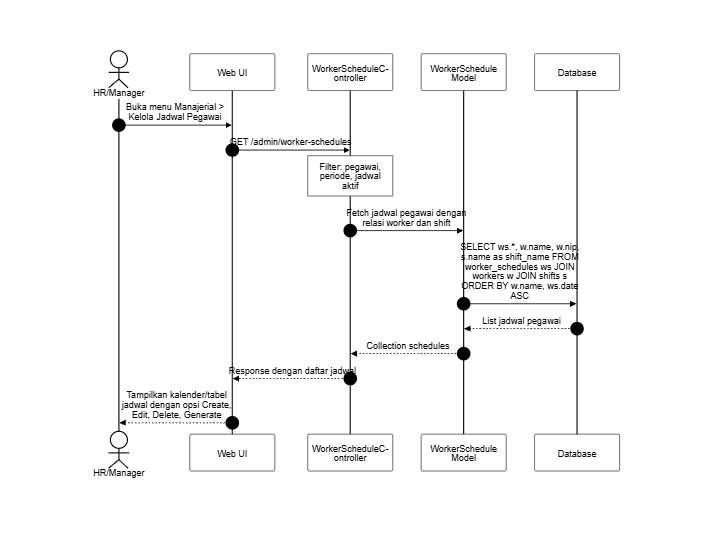
SulaimanHafi23/SimpegRSHDI keeps this Mermaid diagram as docs/SequenceDiagram/PNG_Transparent/KelolaJadwalPegawai-OffDay.png. Above is the earlier version. Its source is kept beside it as docs/SequenceDiagram/KelolaJadwalPegawai-OffDay.mermaid.
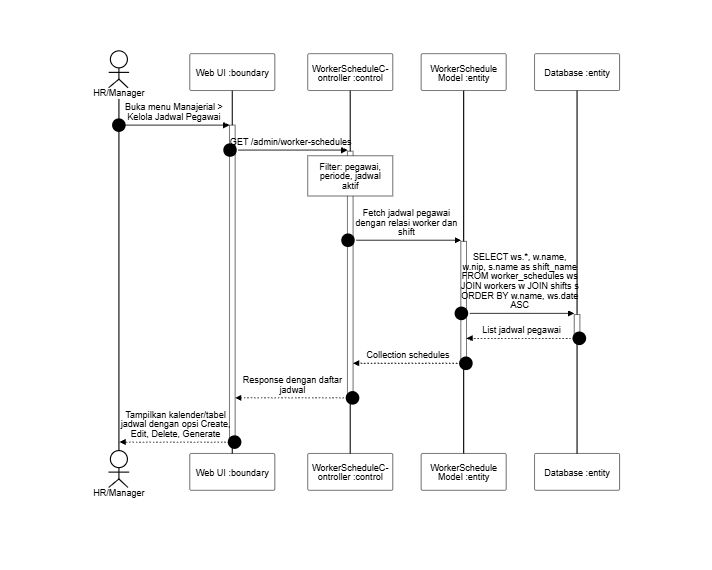
Above is the later version.

Diff of the diagram source:
```diff
@@ -6,17 +6,17 @@
 sequenceDiagram
     autonumber
     actor HR as HR/Manager
-    participant UI as Web UI
-    participant C as WorkerScheduleController
-    participant WS as WorkerSchedule Model
-    participant DB as Database
+    participant UI as Web UI :boundary
+    participant C as WorkerScheduleController :control
+    participant WS as WorkerSchedule Model :entity
+    participant DB as Database :entity
 
-    HR->>UI: Buka menu Manajerial > Kelola Jadwal Pegawai
-    UI->>C: GET /admin/worker-schedules
+    HR->>+UI: Buka menu Manajerial > Kelola Jadwal Pegawai
+    UI->>+C: GET /admin/worker-schedules
     note over C: Filter: pegawai, periode, jadwal aktif
-    C->>WS: Fetch jadwal pegawai dengan relasi worker dan shift
-    WS->>DB: SELECT ws.*, w.name, w.nip, s.name as shift_name FROM worker_schedules ws JOIN workers w JOIN shifts s ORDER BY w.name, ws.date ASC
-    DB-->>WS: List jadwal pegawai
-    WS-->>C: Collection schedules
-    C-->>UI: Response dengan daftar jadwal
-    UI-->>HR: Tampilkan kalender/tabel jadwal dengan opsi Create, Edit, Delete, Generate
+    C->>+WS: Fetch jadwal pegawai dengan relasi worker dan shift
+    WS->>+DB: SELECT ws.*, w.name, w.nip, s.name as shift_name FROM worker_schedules ws JOIN workers w JOIN shifts s ORDER BY w.name, ws.date ASC
+    DB-->>-WS: List jadwal pegawai
+    WS-->>-C: Collection schedules
+    C-->>-UI: Response dengan daftar jadwal
+    UI-->>-HR: Tampilkan kalender/tabel jadwal dengan opsi Create, Edit, Delete, Generate
```
